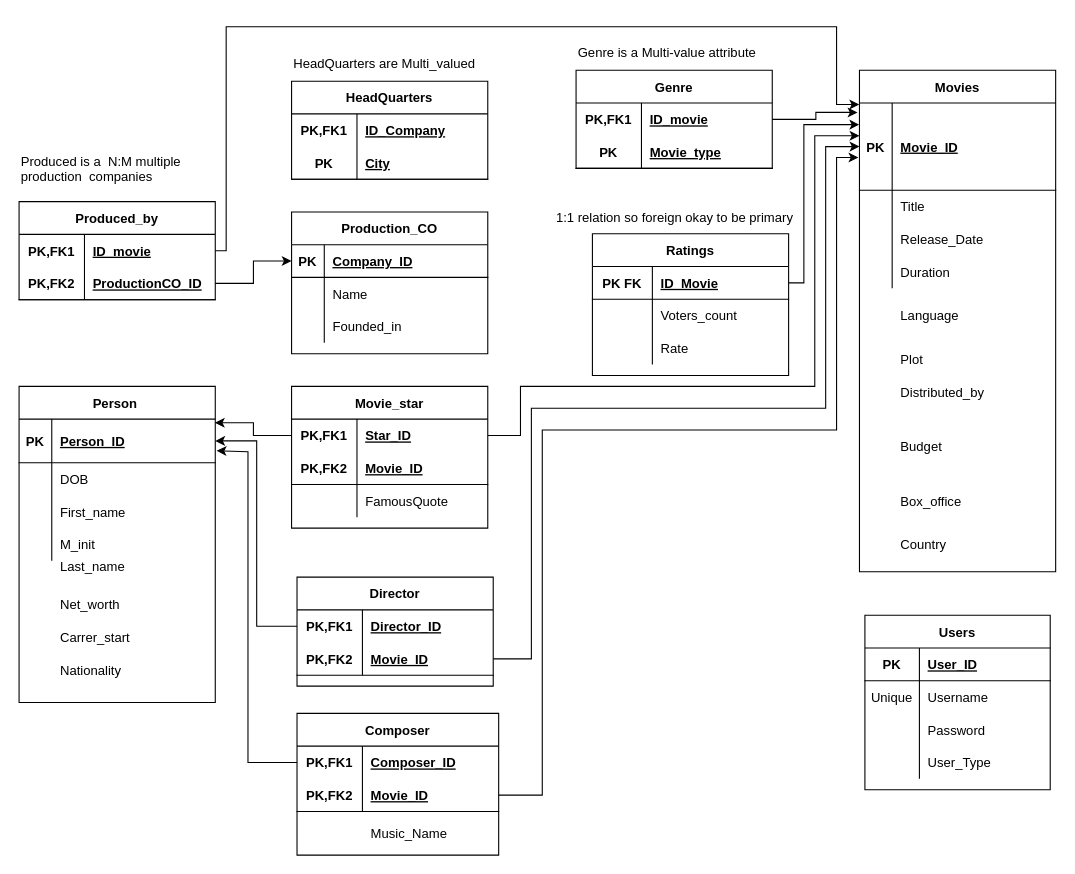
Before: Untitled Diagram.drawio in George-Joseph99/Cinephilia-Database-Management-Application, a draw.io diagram. Source tidied: cells renumbered, new cells numbered last; positions are measured from the earlier drawing's top-left corner, leaving out a move shared by most shapes. Both pictures are drawn from the tidied source at 109%, with x=0, y=0 at pixel (19, 26).
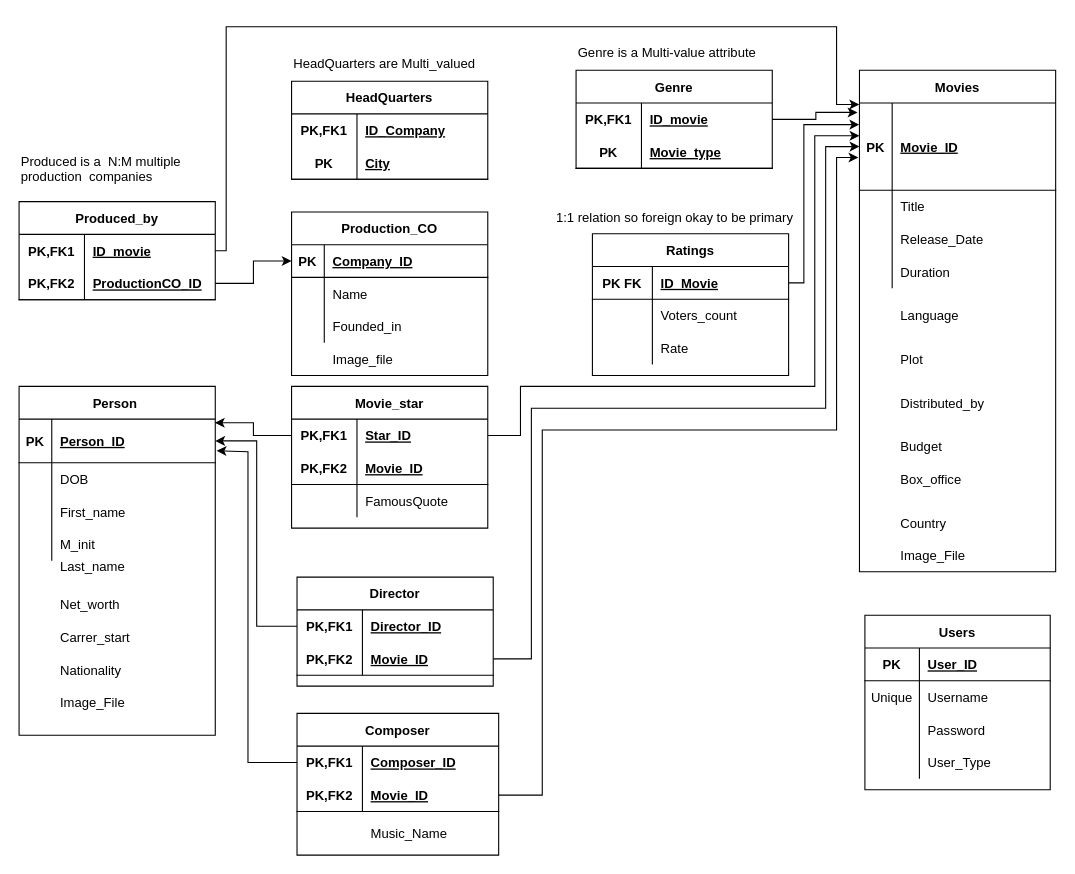
After the change.

Commit message:
Added the image_file attribute to the tables

Unchanged cells that the change refers to:
```xml
<mxCell id="12" style="group;" parent="1" vertex="1">
  <mxGeometry x="500" y="10" width="451" height="560" as="geometry" />
</mxCell>
```

The edit, as a diff of the source:
```diff
@@
     <mxCell id="13" style="group;" parent="12" vertex="1">
-      <mxGeometry x="271" y="30" width="180" height="420" as="geometry" />
+      <mxGeometry x="271" y="30" width="180" height="460" as="geometry" />
     </mxCell>
@@
     <mxCell id="29" value="Distributed_by" style="shape=partialRectangle;fillColor=none;top=0;left=0;bottom=0;right=0;align=left;spacingLeft=6;overflow=hidden;" parent="13" vertex="1">
-      <mxGeometry x="30" y="280" width="150" height="30" as="geometry" />
+      <mxGeometry x="30" y="290" width="150" height="30" as="geometry" />
     </mxCell>
@@
     <mxCell id="31" value="Box_office" style="shape=partialRectangle;fillColor=none;top=0;left=0;bottom=0;right=0;align=left;spacingLeft=6;overflow=hidden;" parent="13" vertex="1">
-      <mxGeometry x="30" y="380" width="150" height="30" as="geometry" />
+      <mxGeometry x="30" y="360" width="150" height="30" as="geometry" />
     </mxCell>
+    <mxCell id="53" value="Country" style="shape=partialRectangle;fillColor=none;top=0;left=0;bottom=0;right=0;align=left;spacingLeft=6;overflow=hidden;" parent="13" vertex="1">
+      <mxGeometry x="30" y="400" width="150" height="30" as="geometry" />
+    </mxCell>
+    <mxCell id="136" value="Image_File" style="shape=partialRectangle;fillColor=none;top=0;left=0;bottom=0;right=0;align=left;spacingLeft=6;overflow=hidden;" parent="13" vertex="1">
+      <mxGeometry x="30" y="430" width="150" height="30" as="geometry" />
+    </mxCell>
@@
-    <mxCell id="53" value="Country" style="shape=partialRectangle;fillColor=none;top=0;left=0;bottom=0;right=0;align=left;spacingLeft=6;overflow=hidden;" parent="12" vertex="1">
-      <mxGeometry x="301" y="450" width="150" height="30" as="geometry" />
-    </mxCell>
@@
     <mxCell id="55" value="Person " style="shape=table;startSize=30;childLayout=tableLayout;rowLines=0;fontStyle=1;align=center;" parent="1" vertex="1">
-      <mxGeometry y="330" width="180" height="290" as="geometry" />
+      <mxGeometry y="330" width="180" height="320" as="geometry" />
     </mxCell>
@@
     <mxCell id="104" value="Production_CO" style="shape=table;startSize=30;childLayout=tableLayout;rowLines=0;fontStyle=1;align=center;" parent="1" vertex="1">
-      <mxGeometry x="250" y="170" width="180" height="130" as="geometry" />
+      <mxGeometry x="250" y="170" width="180" height="150" as="geometry" />
     </mxCell>
@@
+    <mxCell id="137" value="Image_File" style="shape=partialRectangle;fillColor=none;top=0;left=0;bottom=0;right=0;align=left;spacingLeft=6;overflow=hidden;" parent="1" vertex="1">
+      <mxGeometry x="30" y="605" width="150" height="30" as="geometry" />
+    </mxCell>
+    <mxCell id="138" value="Image_file" style="shape=partialRectangle;fillColor=none;top=0;left=0;bottom=0;right=0;align=left;spacingLeft=6;overflow=hidden;" parent="1" vertex="1">
+      <mxGeometry x="280" y="290" width="150" height="30" as="geometry" />
+    </mxCell>
```
